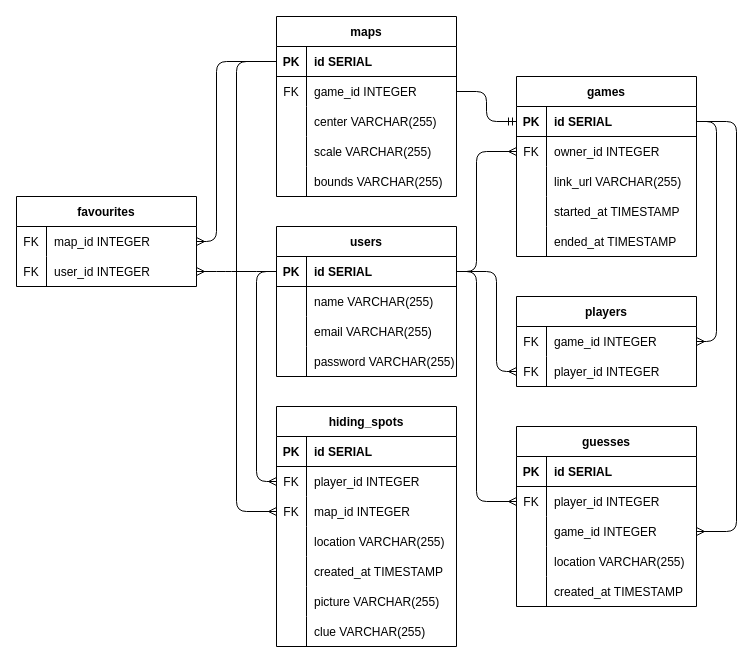
Puzzlebottom/midterm-project keeps this draw.io diagram as db/erd.drawio. Above is the earlier version. Source tidied: cells renumbered, new cells numbered last; positions are measured from the earlier drawing's top-left corner, leaving out a move shared by most shapes. Both pictures are drawn from the tidied source at 100%, with x=0, y=0 at pixel (16, 16).
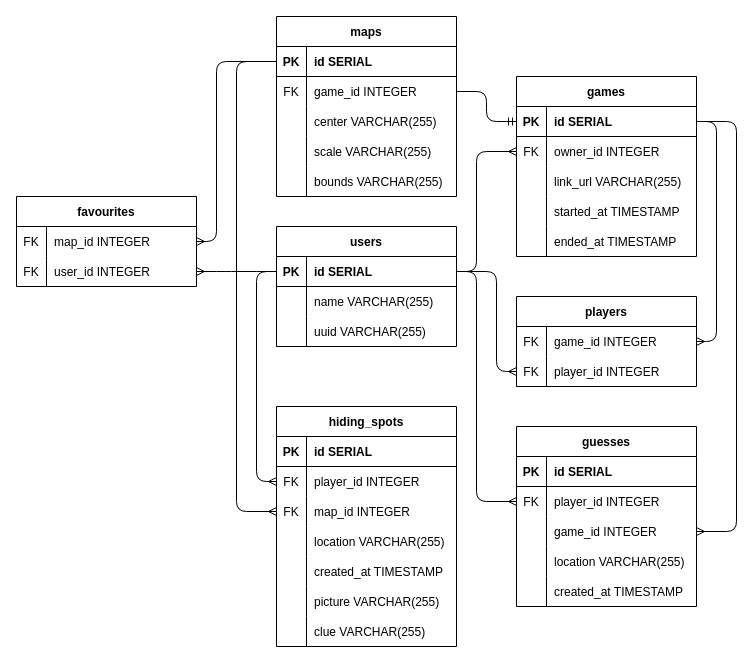
The same diagram, later.

Change to the diagram source:
```diff
@@
     <mxCell id="2" value="users" style="shape=table;startSize=30;childLayout=tableLayout;rowLines=0;fontStyle=1;align=center;" parent="1" vertex="1">
-      <mxGeometry x="260" y="210" width="180" height="150" as="geometry" />
+      <mxGeometry x="260" y="210" width="180" height="120" as="geometry" />
     </mxCell>
@@
-    <mxCell id="9" style="shape=tableRow;horizontal=0;startSize=0;swimlaneHead=0;swimlaneBody=0;fillColor=none;top=0;left=0;right=0;bottom=0;" parent="2" vertex="1">
-      <mxGeometry y="90" width="180" height="30" as="geometry" />
-    </mxCell>
-    <mxCell id="10" style="shape=partialRectangle;fillColor=none;top=0;left=0;bottom=0;right=0;overflow=hidden;" parent="9" vertex="1">
-      <mxGeometry width="30" height="30" as="geometry" />
-    </mxCell>
-    <mxCell id="11" value="email VARCHAR(255)" style="shape=partialRectangle;fillColor=none;top=0;left=0;bottom=0;right=0;align=left;spacingLeft=6;overflow=hidden;" parent="9" vertex="1">
-      <mxGeometry x="30" width="150" height="30" as="geometry" />
-    </mxCell>
     <mxCell id="12" style="shape=tableRow;horizontal=0;startSize=0;swimlaneHead=0;swimlaneBody=0;fillColor=none;top=0;left=0;right=0;bottom=0;" parent="2" vertex="1">
-      <mxGeometry y="120" width="180" height="30" as="geometry" />
+      <mxGeometry y="90" width="180" height="30" as="geometry" />
     </mxCell>
@@
-    <mxCell id="14" value="password VARCHAR(255)" style="shape=partialRectangle;fillColor=none;top=0;left=0;bottom=0;right=0;align=left;spacingLeft=6;overflow=hidden;" parent="12" vertex="1">
+    <mxCell id="14" value="uuid VARCHAR(255)" style="shape=partialRectangle;fillColor=none;top=0;left=0;bottom=0;right=0;align=left;spacingLeft=6;overflow=hidden;" parent="12" vertex="1">
       <mxGeometry x="30" width="150" height="30" as="geometry" />
     </mxCell>
```
